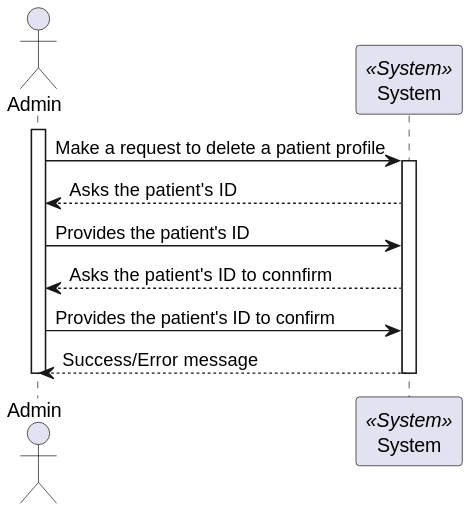
The PlantUML diagram docs/Sprint_1/US_5.1.10/L1/Process_View.svg in Rodrick0209/ISEP-SEM5PI-24-25, before a commit. Source of this version:
```plantuml
@startuml
actor Admin
participant System <<System>>

activate Admin

Admin -> System: Make a request to delete a patient profile
activate System
System --> Admin : Asks the patient's ID
Admin -> System: Provides the patient's ID
System --> Admin : Asks the patient's ID to connfirm
Admin -> System: Provides the patient's ID to confirm
System --> Admin : Success/Error message
deactivate System
deactivate Admin
@enduml
```
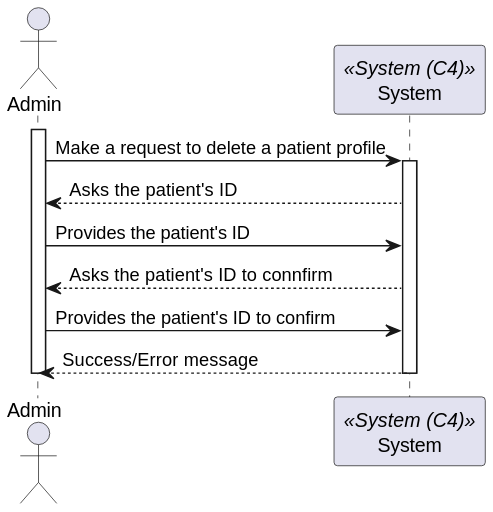
After the commit.

Commit message:
US 5.1.10 Design fixed (Fixed Level 1 Process View diagram) #11

What changed in the source:
```diff
@@ -1,6 +1,6 @@
 @startuml
 actor Admin
-participant System <<System>>
+participant System <<System (C4)>>
 
 activate Admin
 
```
